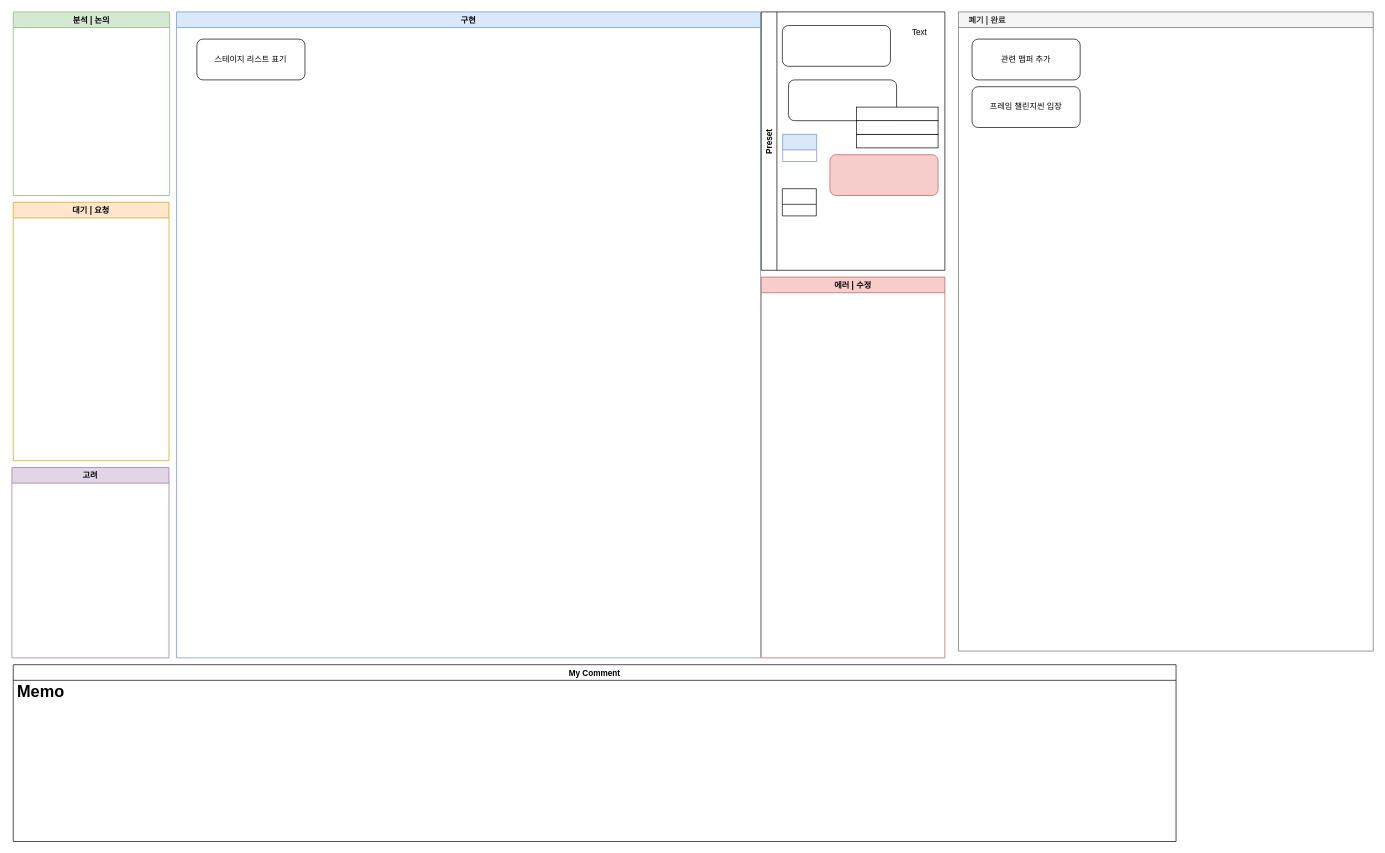
Above: 프레임 챌린지.drawio in Endorr/Job-Board (draw.io), before the change. Source tidied: cells renumbered, new cells numbered last; positions are measured from the earlier drawing's top-left corner, leaving out a move shared by most shapes. Both pictures are drawn from the tidied source at 68%, with x=0, y=0 at pixel (12, 12).
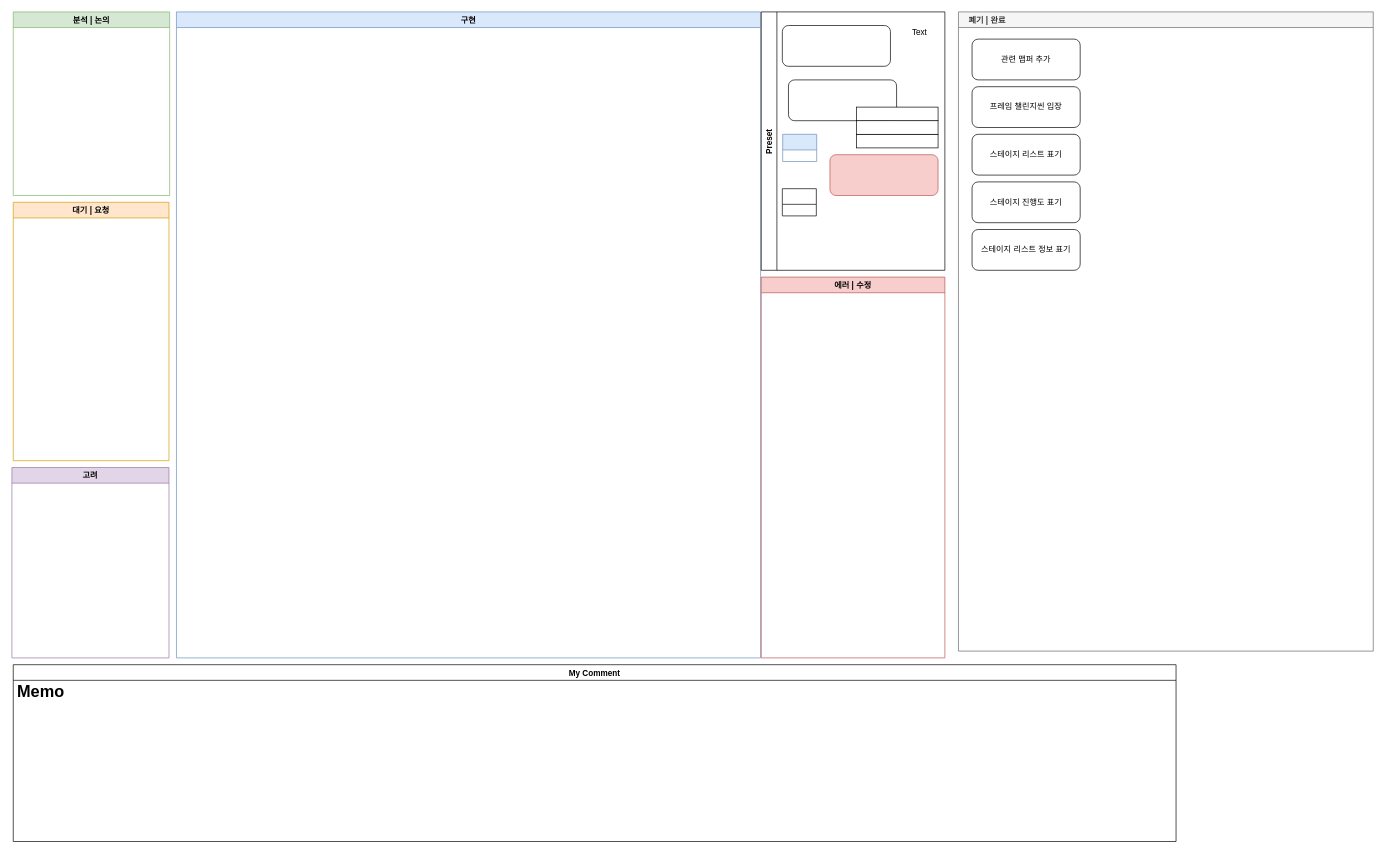
The same page after the edit.

Commit message:
프레임 챌린지.drawio 업데이트

Unchanged cells that the change refers to:
```xml
<mxCell id="2" value="구현" style="swimlane;fillColor=#dae8fc;strokeColor=#6c8ebf;" parent="1" vertex="1">
  <mxGeometry x="242" width="859" height="950" as="geometry" />
</mxCell>
<mxCell id="6" value="    폐기 | 완료" style="swimlane;strokeColor=#666666;fillColor=#f5f5f5;fontColor=#333333;align=left;" parent="1" vertex="1">
  <mxGeometry x="1392" width="610" height="940" as="geometry" />
</mxCell>
```

Diff of the diagram source:
```diff
@@
-    <mxCell id="3" value="스테이지 리스트 표기" style="rounded=1;whiteSpace=wrap;html=1;" parent="2" vertex="1">
-      <mxGeometry x="30" y="40" width="159" height="60" as="geometry" />
-    </mxCell>
@@
+    <mxCell id="3" value="스테이지 리스트 표기" style="rounded=1;whiteSpace=wrap;html=1;" parent="6" vertex="1">
+      <mxGeometry x="20" y="180" width="159" height="60" as="geometry" />
+    </mxCell>
+    <mxCell id="24" value="스테이지 진행도 표기" style="rounded=1;whiteSpace=wrap;html=1;" parent="6" vertex="1">
+      <mxGeometry x="20" y="250" width="159" height="60" as="geometry" />
+    </mxCell>
+    <mxCell id="25" value="스테이지 리스트 정보 표기" style="rounded=1;whiteSpace=wrap;html=1;" parent="6" vertex="1">
+      <mxGeometry x="20" y="320" width="159" height="60" as="geometry" />
+    </mxCell>
```
